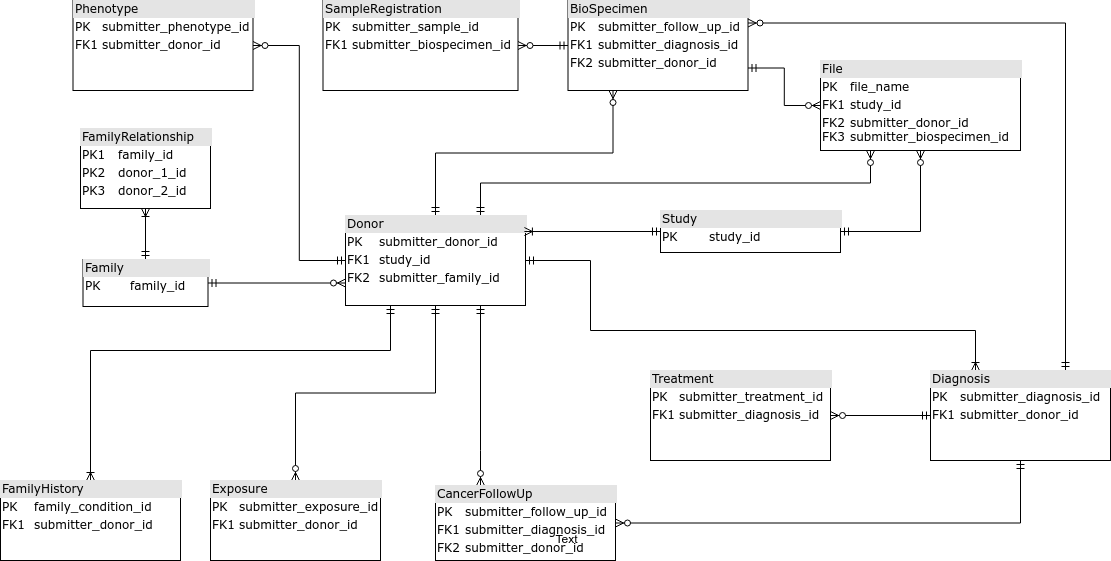
The draw.io diagram er-model.png in Ferlab-Ste-Justine/cqdg-etl, before a commit. Source tidied: cells renumbered, new cells last; positions are measured from the earlier drawing's top-left corner, leaving out a move shared by most shapes.
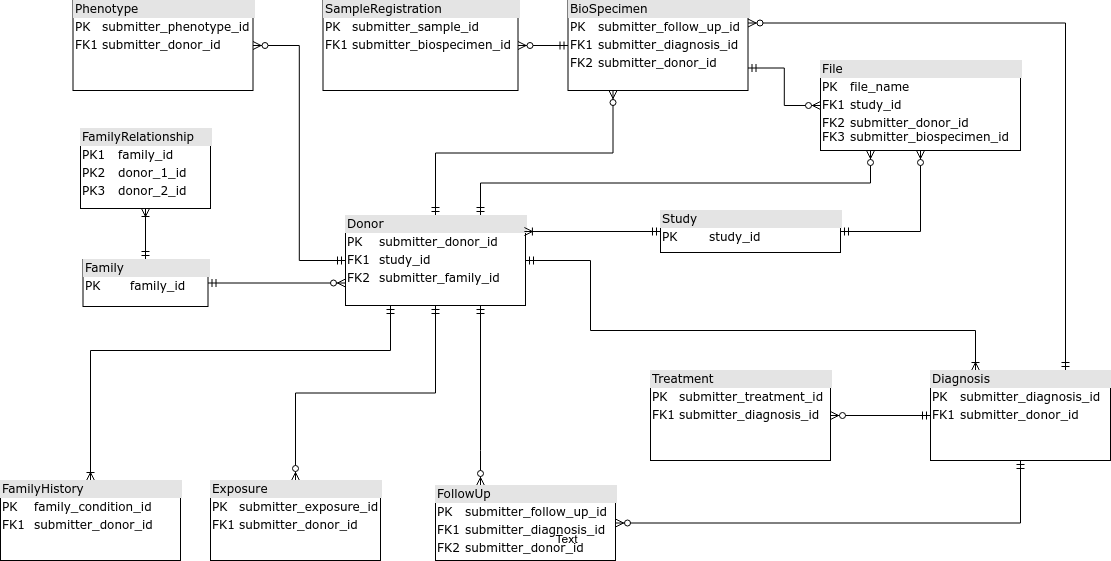
Later version of the same file.

Diff of the diagram source:
```diff
@@ -86,7 +86,7 @@
     <mxCell id="21" value="&lt;div style=&quot;box-sizing: border-box ; width: 100% ; background: rgb(228 , 228 , 228) ; padding: 2px&quot;&gt;Diagnosis&lt;/div&gt;&lt;table style=&quot;width: 100% ; font-size: 1em&quot; cellpadding=&quot;2&quot; cellspacing=&quot;0&quot;&gt;&lt;tbody&gt;&lt;tr&gt;&lt;td&gt;PK&lt;/td&gt;&lt;td&gt;submitter_diagnosis_id&lt;/td&gt;&lt;/tr&gt;&lt;tr&gt;&lt;td&gt;FK1&lt;/td&gt;&lt;td&gt;submitter_donor_id&lt;br&gt;&lt;/td&gt;&lt;/tr&gt;&lt;tr&gt;&lt;td&gt;&lt;br&gt;&lt;/td&gt;&lt;td&gt;&lt;br&gt;&lt;/td&gt;&lt;/tr&gt;&lt;/tbody&gt;&lt;/table&gt;" style="verticalAlign=top;align=left;overflow=fill;html=1;rounded=0;shadow=0;comic=0;labelBackgroundColor=none;strokeWidth=1;fontFamily=Verdana;fontSize=12;" parent="1" vertex="1">
       <mxGeometry x="930" y="370" width="180" height="90" as="geometry" />
     </mxCell>
-    <mxCell id="22" value="&lt;div style=&quot;box-sizing: border-box ; width: 100% ; background: rgb(228 , 228 , 228) ; padding: 2px&quot;&gt;CancerFollowUp&lt;/div&gt;&lt;table style=&quot;width: 100% ; font-size: 1em&quot; cellpadding=&quot;2&quot; cellspacing=&quot;0&quot;&gt;&lt;tbody&gt;&lt;tr&gt;&lt;td&gt;PK&lt;/td&gt;&lt;td&gt;submitter_follow_up_id&lt;/td&gt;&lt;/tr&gt;&lt;tr&gt;&lt;td&gt;FK1&lt;/td&gt;&lt;td&gt;submitter_diagnosis_id&lt;br&gt;&lt;/td&gt;&lt;/tr&gt;&lt;tr&gt;&lt;td&gt;FK2&lt;br&gt;&lt;br&gt;&lt;/td&gt;&lt;td&gt;submitter_donor_id&lt;br&gt;&amp;nbsp;&lt;br&gt;&lt;/td&gt;&lt;/tr&gt;&lt;/tbody&gt;&lt;/table&gt;" style="verticalAlign=top;align=left;overflow=fill;html=1;rounded=0;shadow=0;comic=0;labelBackgroundColor=none;strokeWidth=1;fontFamily=Verdana;fontSize=12;" parent="1" vertex="1">
+    <mxCell id="22" value="&lt;div style=&quot;box-sizing: border-box ; width: 100% ; background: rgb(228 , 228 , 228) ; padding: 2px&quot;&gt;FollowUp&lt;/div&gt;&lt;table style=&quot;width: 100% ; font-size: 1em&quot; cellpadding=&quot;2&quot; cellspacing=&quot;0&quot;&gt;&lt;tbody&gt;&lt;tr&gt;&lt;td&gt;PK&lt;/td&gt;&lt;td&gt;submitter_follow_up_id&lt;/td&gt;&lt;/tr&gt;&lt;tr&gt;&lt;td&gt;FK1&lt;/td&gt;&lt;td&gt;submitter_diagnosis_id&lt;br&gt;&lt;/td&gt;&lt;/tr&gt;&lt;tr&gt;&lt;td&gt;FK2&lt;br&gt;&lt;br&gt;&lt;/td&gt;&lt;td&gt;submitter_donor_id&lt;br&gt;&amp;nbsp;&lt;br&gt;&lt;/td&gt;&lt;/tr&gt;&lt;/tbody&gt;&lt;/table&gt;" style="verticalAlign=top;align=left;overflow=fill;html=1;rounded=0;shadow=0;comic=0;labelBackgroundColor=none;strokeWidth=1;fontFamily=Verdana;fontSize=12;" parent="1" vertex="1">
       <mxGeometry x="435" y="485" width="180" height="75" as="geometry" />
     </mxCell>
     <mxCell id="23" value="Text" style="text;html=1;align=center;verticalAlign=middle;" parent="22" vertex="1">
```
